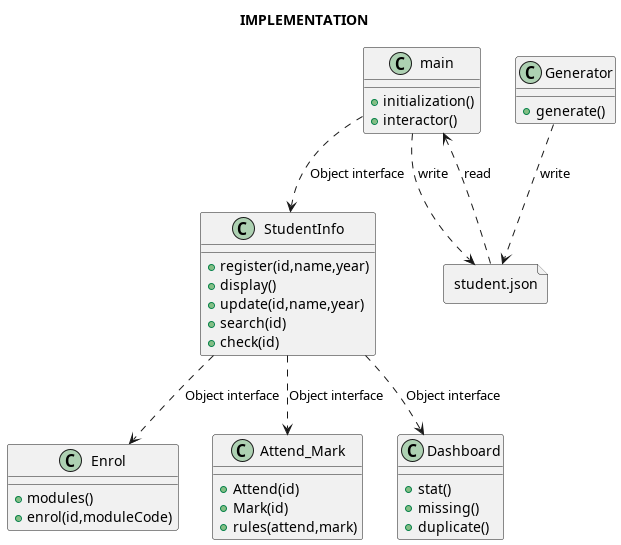
Before: doc/structure.png, a diagram exported from PlantUML (WeiZheng-G/UniversityManagementSystem).
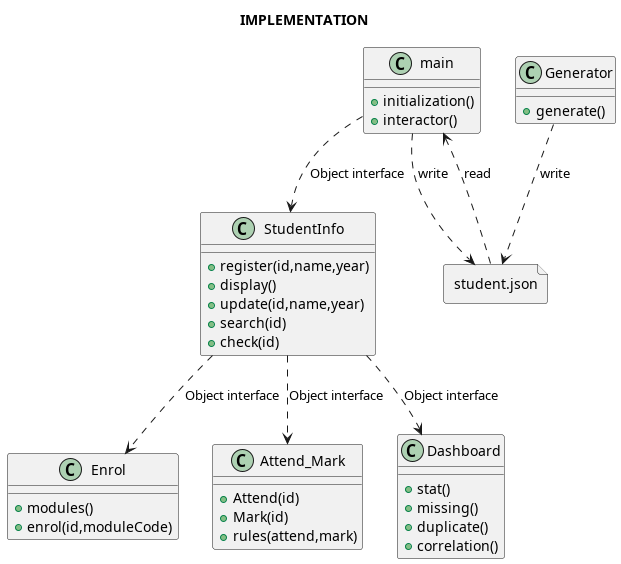
The same file after the commit.

Commit message:
Pearson correlation

What changed in the source:
```diff
@@ -25,6 +25,7 @@
     +stat()
     +missing()
     +duplicate()
+    +correlation()
 }
 class Generator{
     +generate()
```
